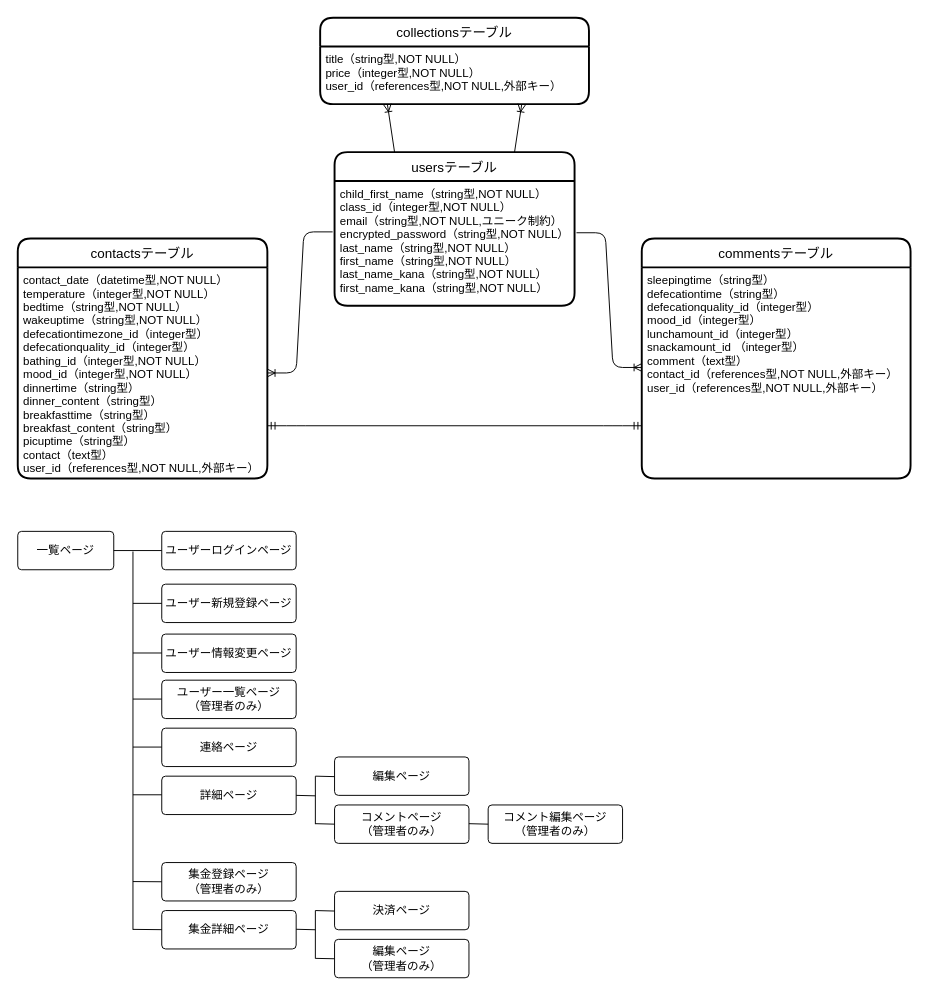
Earlier version of the draw.io diagram contact.dio (sugisanize/contact_book). Source tidied: cells renumbered, new cells numbered last; positions are measured from the earlier drawing's top-left corner, leaving out a move shared by most shapes. Both pictures are drawn from the tidied source at 96%, with x=0, y=0 at pixel (17, 17).
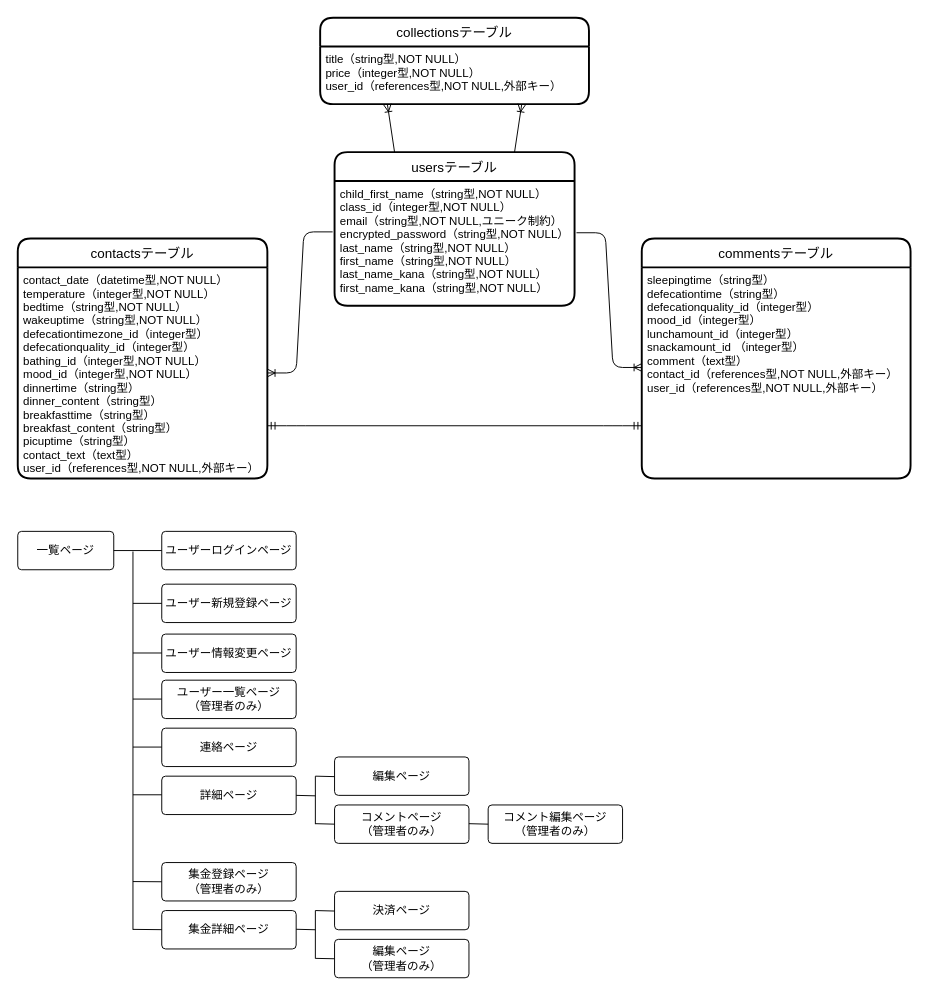
The same page after the edit.

The change refers to these unchanged cells:
```xml
<mxCell id="6" value="contactsテーブル" style="swimlane;horizontal=1;startSize=30;rounded=1;fontSize=14;fontStyle=0;strokeWidth=2;shadow=0;dashed=0;align=center;" parent="1" vertex="1">
  <mxGeometry y="230" width="260" height="250" as="geometry" />
</mxCell>
```

What changed in the source:
```diff
@@
-    <mxCell id="7" value="contact_date（datetime型,NOT NULL）&#10;temperature（integer型,NOT NULL）&#10;bedtime（string型,NOT NULL）&#10;wakeuptime（string型,NOT NULL）&#10;defecationtimezone_id（integer型）&#10;defecationquality_id（integer型）&#10;bathing_id（integer型,NOT NULL）&#10;mood_id（integer型,NOT NULL）&#10;dinnertime（string型）&#10;dinner_content（string型）&#10;breakfasttime（string型）&#10;breakfast_content（string型）&#10;picuptime（string型）&#10;contact（text型）&#10;user_id（references型,NOT NULL,外部キー）" style="align=left;strokeColor=none;fillColor=none;spacingLeft=4;fontSize=12;verticalAlign=top;" parent="6" vertex="1">
+    <mxCell id="7" value="contact_date（datetime型,NOT NULL）&#10;temperature（integer型,NOT NULL）&#10;bedtime（string型,NOT NULL）&#10;wakeuptime（string型,NOT NULL）&#10;defecationtimezone_id（integer型）&#10;defecationquality_id（integer型）&#10;bathing_id（integer型,NOT NULL）&#10;mood_id（integer型,NOT NULL）&#10;dinnertime（string型）&#10;dinner_content（string型）&#10;breakfasttime（string型）&#10;breakfast_content（string型）&#10;picuptime（string型）&#10;contact_text（text型）&#10;user_id（references型,NOT NULL,外部キー）" style="align=left;strokeColor=none;fillColor=none;spacingLeft=4;fontSize=12;verticalAlign=top;" parent="6" vertex="1">
       <mxGeometry y="30" width="260" height="220" as="geometry" />
     </mxCell>
```
